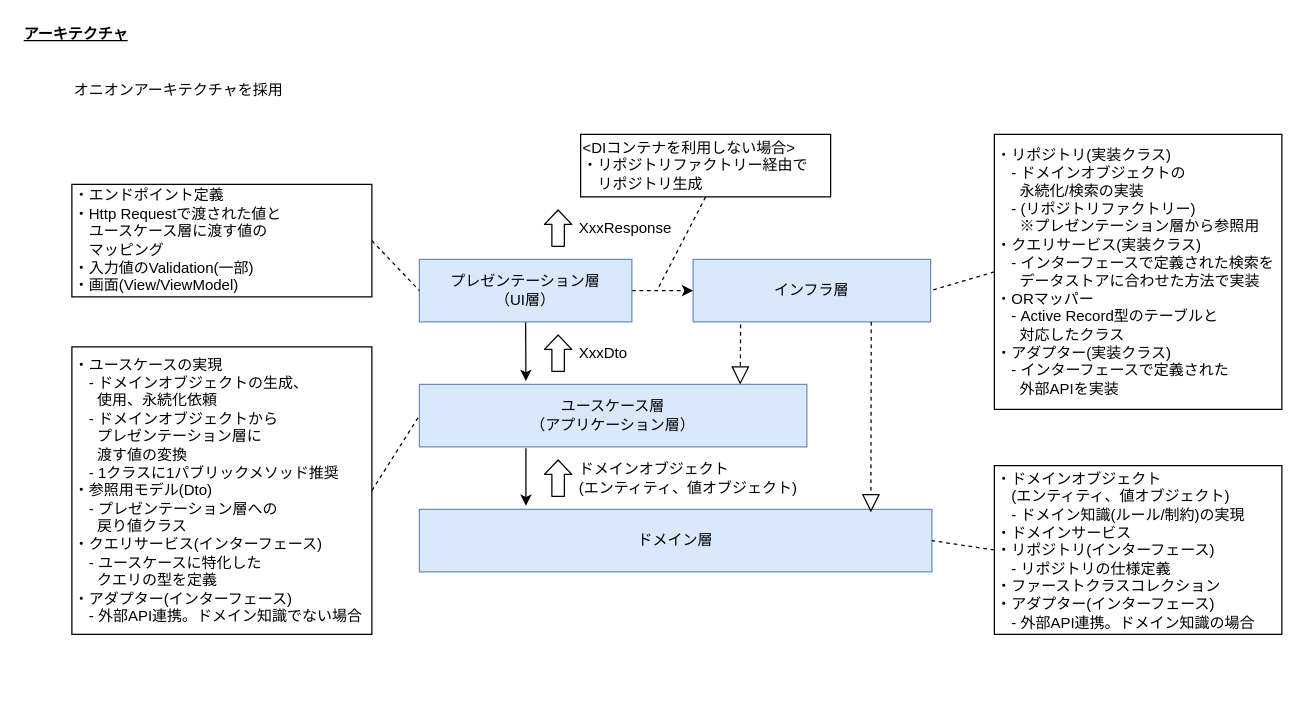
Above: ddd/03_アーキテクチャ.drawio in atman-33/system-dev-docs (draw.io), before the change. Source tidied: cells renumbered, new cells numbered last; positions are measured from the earlier drawing's top-left corner, leaving out a move shared by most shapes. Both pictures are drawn from the tidied source at 125%, with x=0, y=0 at pixel (21, 21).
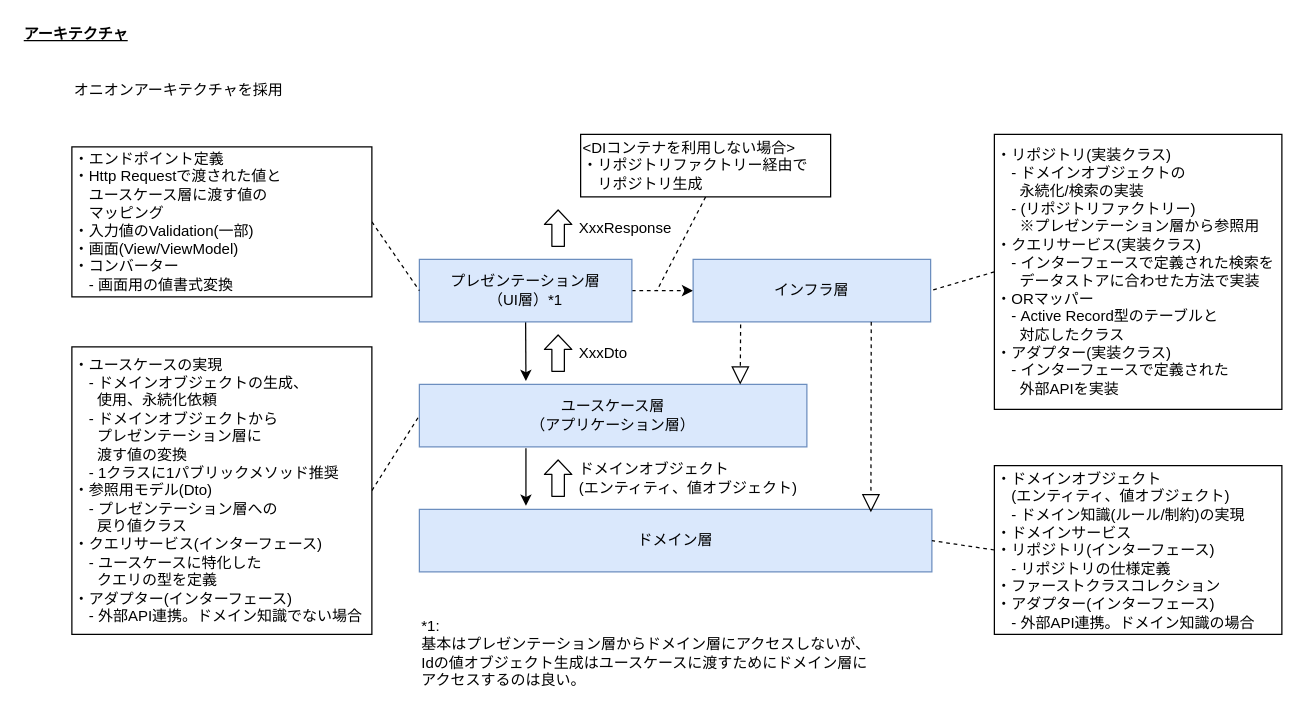
Above is the later version.

Commit message:
docs(ddd): アーキテクチャを更新

What changed in the source:
```diff
@@
-    <mxCell id="5" value="プレゼンテーション層&lt;br&gt;（UI層）" style="rounded=0;whiteSpace=wrap;html=1;fillColor=#dae8fc;strokeColor=#6c8ebf;" parent="1" vertex="1">
+    <mxCell id="5" value="プレゼンテーション層&lt;br&gt;（UI層）*1" style="rounded=0;whiteSpace=wrap;html=1;fillColor=#dae8fc;strokeColor=#6c8ebf;" parent="1" vertex="1">
       <mxGeometry x="318" y="190" width="170" height="50" as="geometry" />
     </mxCell>
@@
-    <mxCell id="14" value="・エンドポイント定義&lt;br&gt;・Http Requestで渡された値と&lt;br&gt;　ユースケース層に渡す値の&lt;br&gt;　マッピング&lt;br&gt;・入力値のValidation(一部)&lt;br&gt;・画面(View/ViewModel)" style="rounded=0;whiteSpace=wrap;html=1;align=left;" parent="1" vertex="1">
-      <mxGeometry x="40" y="130" width="240" height="90" as="geometry" />
+    <mxCell id="14" value="・エンドポイント定義&lt;br&gt;・Http Requestで渡された値と&lt;br&gt;　ユースケース層に渡す値の&lt;br&gt;　マッピング&lt;br&gt;・入力値のValidation(一部)&lt;br&gt;・画面(View/ViewModel)&lt;br&gt;・コンバーター&lt;br&gt;　- 画面用の値書式変換" style="rounded=0;whiteSpace=wrap;html=1;align=left;" parent="1" vertex="1">
+      <mxGeometry x="40" y="100" width="240" height="120" as="geometry" />
     </mxCell>
@@
+    <mxCell id="29" value="*1: &lt;br&gt;基本はプレゼンテーション層からドメイン層にアクセスしないが、Idの値オブジェクト生成はユースケースに渡すためにドメイン層にアクセスするのは良い。" style="text;html=1;strokeColor=none;fillColor=none;align=left;verticalAlign=middle;whiteSpace=wrap;rounded=0;" parent="1" vertex="1">
+      <mxGeometry x="318" y="470" width="370" height="70" as="geometry" />
+    </mxCell>
```
